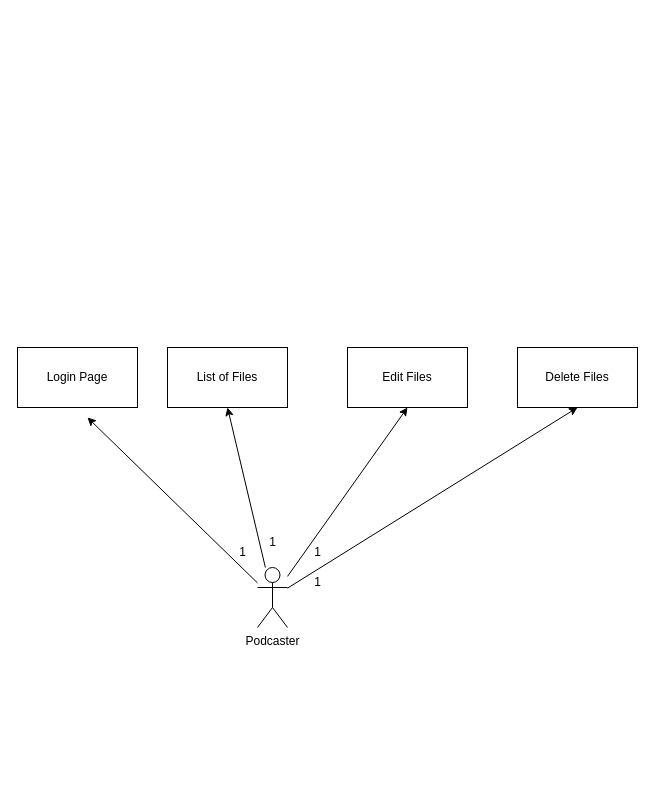
Before: D3-SystemContextClassModel/conceptual.drawio in Glizzus/COMP-3700, a draw.io diagram. Source tidied: cells renumbered, new cells numbered last; positions are measured from the earlier drawing's top-left corner, leaving out a move shared by most shapes. Both pictures are drawn from the tidied source at 100%, with x=0, y=0 at pixel (17, 347).
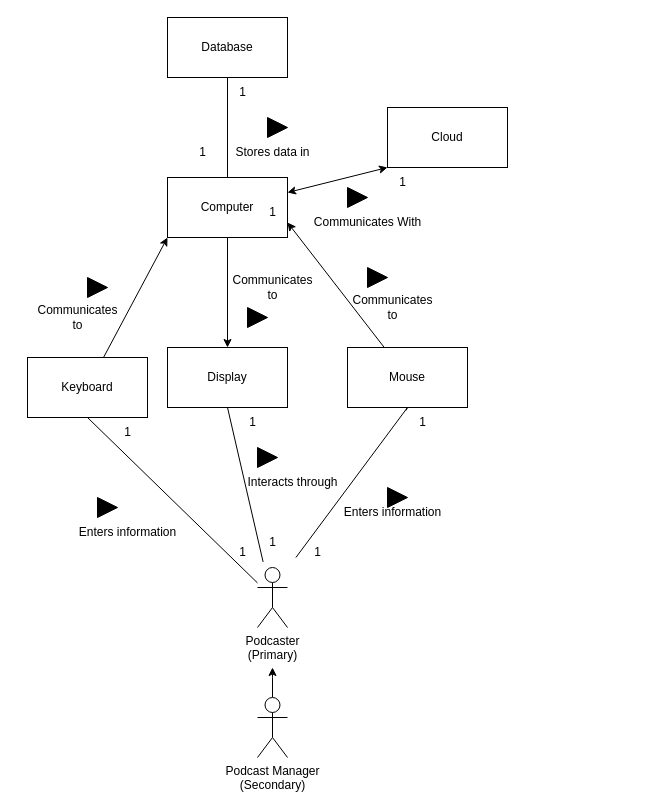
The same page after the edit.

Commit message:
made good progress on concept

The change refers to these unchanged cells:
```xml
<mxCell id="12" value="1" style="text;html=1;align=center;verticalAlign=middle;points=[];strokeColor=none;fillColor=none;" parent="1" vertex="1">
  <mxGeometry x="240" y="180" width="30" height="30" as="geometry" />
</mxCell>
```

The edit, as a diff of the source:
```diff
@@
-    <mxCell id="2" style="jettySize=auto;html=1;strokeColor=default;rounded=0;" parent="1" edge="1" source="6">
-      <mxGeometry relative="1" as="geometry">
-        <mxPoint x="70" y="70" as="targetPoint" />
-      </mxGeometry>
-    </mxCell>
-    <mxCell id="3" style="rounded=0;jettySize=auto;html=1;entryX=0.5;entryY=1;entryDx=0;entryDy=0;" parent="1" edge="1" source="6" target="8">
-      <mxGeometry relative="1" as="geometry" />
-    </mxCell>
-    <mxCell id="4" style="rounded=0;jettySize=auto;html=1;entryX=0.5;entryY=1;entryDx=0;entryDy=0;" parent="1" edge="1" source="6" target="10">
-      <mxGeometry relative="1" as="geometry" />
+    <mxCell id="4" style="rounded=0;orthogonalLoop=1;jettySize=auto;html=1;entryX=0.5;entryY=1;entryDx=0;entryDy=0;endArrow=none;endFill=0;" parent="1" edge="1">
+      <mxGeometry relative="1" as="geometry">
+        <mxPoint x="388.5" y="63" as="sourcePoint" />
+        <mxPoint x="390" y="60" as="targetPoint" />
+      </mxGeometry>
     </mxCell>
-    <mxCell id="5" style="rounded=0;jettySize=auto;html=1;entryX=0.5;entryY=1;entryDx=0;entryDy=0;" parent="1" edge="1" source="6" target="11">
-      <mxGeometry relative="1" as="geometry" />
-    </mxCell>
-    <mxCell id="6" value="Podcaster" style="shape=umlActor;verticalLabelPosition=bottom;verticalAlign=top;html=1;outlineConnect=0;" parent="1" vertex="1">
+    <mxCell id="6" value="Podcaster&lt;br&gt;(Primary)" style="shape=umlActor;verticalLabelPosition=bottom;verticalAlign=top;html=1;outlineConnect=0;" parent="1" vertex="1">
       <mxGeometry x="240" y="220" width="30" height="60" as="geometry" />
     </mxCell>
-    <mxCell id="7" value="Login Page" style="rounded=0;whiteSpace=wrap;html=1;" parent="1" vertex="1">
-      <mxGeometry width="120" height="60" as="geometry" />
-    </mxCell>
-    <mxCell id="8" value="List of Files" style="rounded=0;whiteSpace=wrap;html=1;" parent="1" vertex="1">
-      <mxGeometry x="150" width="120" height="60" as="geometry" />
-    </mxCell>
@@
-    <mxCell id="10" value="Edit Files" style="rounded=0;whiteSpace=wrap;html=1;" parent="1" vertex="1">
-      <mxGeometry x="330" width="120" height="60" as="geometry" />
-    </mxCell>
-    <mxCell id="11" value="Delete Files" style="rounded=0;whiteSpace=wrap;html=1;" parent="1" vertex="1">
-      <mxGeometry x="500" width="120" height="60" as="geometry" />
-    </mxCell>
@@
-    <mxCell id="14" value="1" style="text;html=1;align=center;verticalAlign=middle;strokeColor=none;fillColor=none;" parent="1" vertex="1">
-      <mxGeometry x="285" y="220" width="30" height="30" as="geometry" />
-    </mxCell>
+    <mxCell id="15" style="rounded=0;jettySize=auto;html=1;entryX=0;entryY=1;entryDx=0;entryDy=0;" parent="1" edge="1" source="16" target="29">
+      <mxGeometry relative="1" as="geometry" />
+    </mxCell>
+    <mxCell id="16" value="Keyboard" style="rounded=0;whiteSpace=wrap;html=1;" parent="1" vertex="1">
+      <mxGeometry x="10" y="10" width="120" height="60" as="geometry" />
+    </mxCell>
+    <mxCell id="17" style="rounded=0;jettySize=auto;html=1;entryX=1;entryY=0.75;entryDx=0;entryDy=0;" parent="1" edge="1" source="18" target="29">
+      <mxGeometry relative="1" as="geometry" />
+    </mxCell>
+    <mxCell id="18" value="Mouse" style="rounded=0;whiteSpace=wrap;html=1;" parent="1" vertex="1">
+      <mxGeometry x="330" width="120" height="60" as="geometry" />
+    </mxCell>
+    <mxCell id="19" style="edgeStyle=orthogonalEdgeStyle;rounded=0;orthogonalLoop=1;jettySize=auto;html=1;entryX=1;entryY=0;entryDx=0;entryDy=0;" parent="1" edge="1" source="20" target="20">
+      <mxGeometry relative="1" as="geometry">
+        <Array as="points">
+          <mxPoint x="250" />
+        </Array>
+      </mxGeometry>
+    </mxCell>
+    <mxCell id="20" value="Display" style="rounded=0;whiteSpace=wrap;html=1;" parent="1" vertex="1">
+      <mxGeometry x="150" width="120" height="60" as="geometry" />
+    </mxCell>
+    <mxCell id="21" value="Enters information" style="text;html=1;align=center;verticalAlign=middle;strokeColor=none;fillColor=none;" parent="1" vertex="1">
+      <mxGeometry x="50" y="170" width="120" height="30" as="geometry" />
+    </mxCell>
+    <mxCell id="22" value="Enters information" style="text;html=1;align=center;verticalAlign=middle;strokeColor=none;fillColor=none;" parent="1" vertex="1">
+      <mxGeometry x="315" y="150" width="120" height="30" as="geometry" />
+    </mxCell>
+    <mxCell id="23" style="rounded=0;jettySize=auto;html=1;entryX=0.5;entryY=1;entryDx=0;entryDy=0;endArrow=none;endFill=0;exitX=0.187;exitY=1.147;exitDx=0;exitDy=0;exitPerimeter=0;" parent="1" edge="1" source="12" target="20">
+      <mxGeometry relative="1" as="geometry" />
+    </mxCell>
+    <mxCell id="24" style="rounded=0;jettySize=auto;html=1;endArrow=none;endFill=0;exitX=0.5;exitY=1;exitDx=0;exitDy=0;" parent="1" edge="1" source="16" target="6">
+      <mxGeometry relative="1" as="geometry" />
+    </mxCell>
+    <mxCell id="25" style="rounded=0;jettySize=auto;html=1;entryX=0.5;entryY=1;entryDx=0;entryDy=0;endArrow=none;endFill=0;" parent="1" edge="1" target="18">
+      <mxGeometry relative="1" as="geometry">
+        <mxPoint x="278.4" y="210" as="sourcePoint" />
+      </mxGeometry>
+    </mxCell>
+    <mxCell id="26" style="edgeStyle=orthogonalEdgeStyle;rounded=0;jettySize=auto;html=1;entryX=0.5;entryY=1;entryDx=0;entryDy=0;endArrow=none;endFill=0;" parent="1" edge="1" source="29" target="30">
+      <mxGeometry relative="1" as="geometry" />
+    </mxCell>
+    <mxCell id="27" style="edgeStyle=orthogonalEdgeStyle;rounded=0;jettySize=auto;html=1;entryX=0.5;entryY=0;entryDx=0;entryDy=0;" parent="1" edge="1" source="29" target="20">
+      <mxGeometry relative="1" as="geometry" />
+    </mxCell>
+    <mxCell id="28" style="rounded=0;jettySize=auto;html=1;entryX=0;entryY=1;entryDx=0;entryDy=0;startArrow=classic;startFill=1;" parent="1" edge="1" source="29" target="31">
+      <mxGeometry relative="1" as="geometry" />
+    </mxCell>
+    <mxCell id="29" value="Computer" style="rounded=0;whiteSpace=wrap;html=1;" parent="1" vertex="1">
+      <mxGeometry x="150" y="-170" width="120" height="60" as="geometry" />
+    </mxCell>
+    <mxCell id="30" value="Database" style="rounded=0;whiteSpace=wrap;html=1;" parent="1" vertex="1">
+      <mxGeometry x="150" y="-330" width="120" height="60" as="geometry" />
+    </mxCell>
+    <mxCell id="31" value="Cloud" style="rounded=0;whiteSpace=wrap;html=1;" parent="1" vertex="1">
+      <mxGeometry x="370" y="-240" width="120" height="60" as="geometry" />
+    </mxCell>
+    <mxCell id="32" style="edgeStyle=orthogonalEdgeStyle;rounded=0;jettySize=auto;html=1;" parent="1" edge="1" source="33">
+      <mxGeometry relative="1" as="geometry">
+        <mxPoint x="255" y="320" as="targetPoint" />
+      </mxGeometry>
+    </mxCell>
+    <mxCell id="33" value="Podcast Manager&lt;br&gt;(Secondary)" style="shape=umlActor;verticalLabelPosition=bottom;verticalAlign=top;html=1;outlineConnect=0;" parent="1" vertex="1">
+      <mxGeometry x="240" y="350" width="30" height="60" as="geometry" />
+    </mxCell>
+    <mxCell id="34" style="triangle;whiteSpace=wrap;html=1;fillColor=#000000;" parent="1" vertex="1">
+      <mxGeometry x="80" y="150" width="20" height="20" as="geometry" />
+    </mxCell>
+    <mxCell id="35" style="triangle;whiteSpace=wrap;html=1;fillColor=#000000;" parent="1" vertex="1">
+      <mxGeometry x="370" y="140" width="20" height="20" as="geometry" />
+    </mxCell>
+    <mxCell id="36" style="triangle;whiteSpace=wrap;html=1;fillColor=#000000;" parent="1" vertex="1">
+      <mxGeometry x="240" y="100" width="20" height="20" as="geometry" />
+    </mxCell>
+    <mxCell id="37" value="Interacts through" style="text;html=1;align=center;verticalAlign=middle;strokeColor=none;fillColor=none;" parent="1" vertex="1">
+      <mxGeometry x="220" y="120" width="110" height="30" as="geometry" />
+    </mxCell>
+    <mxCell id="38" value="Communicates&lt;br&gt;to" style="text;html=1;align=center;verticalAlign=middle;strokeColor=none;fillColor=none;" parent="1" vertex="1">
+      <mxGeometry x="10" y="-50" width="100" height="40" as="geometry" />
+    </mxCell>
+    <mxCell id="39" value="Stores data in" style="text;html=1;align=center;verticalAlign=middle;strokeColor=none;fillColor=none;" parent="1" vertex="1">
+      <mxGeometry x="205" y="-210" width="100" height="30" as="geometry" />
+    </mxCell>
+    <mxCell id="40" value="1" style="text;html=1;align=center;verticalAlign=middle;strokeColor=none;fillColor=none;" parent="1" vertex="1">
+      <mxGeometry x="95" y="70" width="30" height="30" as="geometry" />
+    </mxCell>
+    <mxCell id="41" value="1" style="text;html=1;align=center;verticalAlign=middle;strokeColor=none;fillColor=none;" parent="1" vertex="1">
+      <mxGeometry x="390" y="60" width="30" height="30" as="geometry" />
+    </mxCell>
+    <mxCell id="42" value="1" style="text;html=1;align=center;verticalAlign=middle;strokeColor=none;fillColor=none;" parent="1" vertex="1">
+      <mxGeometry x="220" y="60" width="30" height="30" as="geometry" />
+    </mxCell>
+    <mxCell id="43" value="1" style="text;html=1;align=center;verticalAlign=middle;strokeColor=none;fillColor=none;" parent="1" vertex="1">
+      <mxGeometry x="210" y="-270" width="30" height="30" as="geometry" />
+    </mxCell>
+    <mxCell id="44" value="Communicates With" style="text;html=1;align=center;verticalAlign=middle;strokeColor=none;fillColor=none;" parent="1" vertex="1">
+      <mxGeometry x="285" y="-140" width="130" height="30" as="geometry" />
+    </mxCell>
+    <mxCell id="45" value="1" style="text;html=1;align=center;verticalAlign=middle;strokeColor=none;fillColor=none;" parent="1" vertex="1">
+      <mxGeometry x="370" y="-180" width="30" height="30" as="geometry" />
+    </mxCell>
+    <mxCell id="46" value="1" style="text;html=1;align=center;verticalAlign=middle;strokeColor=none;fillColor=none;" parent="1" vertex="1">
+      <mxGeometry x="240" y="-150" width="30" height="30" as="geometry" />
+    </mxCell>
+    <mxCell id="47" value="Communicates&lt;br&gt;to" style="text;html=1;align=center;verticalAlign=middle;strokeColor=none;fillColor=none;" parent="1" vertex="1">
+      <mxGeometry x="325" y="-60" width="100" height="40" as="geometry" />
+    </mxCell>
+    <mxCell id="48" value="Communicates&lt;br&gt;to" style="text;html=1;align=center;verticalAlign=middle;strokeColor=none;fillColor=none;" parent="1" vertex="1">
+      <mxGeometry x="205" y="-80" width="100" height="40" as="geometry" />
+    </mxCell>
+    <mxCell id="49" style="triangle;whiteSpace=wrap;html=1;fillColor=#000000;" parent="1" vertex="1">
+      <mxGeometry x="350" y="-80" width="20" height="20" as="geometry" />
+    </mxCell>
+    <mxCell id="50" style="triangle;whiteSpace=wrap;html=1;fillColor=#000000;" parent="1" vertex="1">
+      <mxGeometry x="230" y="-40" width="20" height="20" as="geometry" />
+    </mxCell>
+    <mxCell id="51" style="triangle;whiteSpace=wrap;html=1;fillColor=#000000;" parent="1" vertex="1">
+      <mxGeometry x="70" y="-70" width="20" height="20" as="geometry" />
+    </mxCell>
+    <mxCell id="52" style="triangle;whiteSpace=wrap;html=1;fillColor=#000000;" parent="1" vertex="1">
+      <mxGeometry x="330" y="-160" width="20" height="20" as="geometry" />
+    </mxCell>
+    <mxCell id="53" style="triangle;whiteSpace=wrap;html=1;fillColor=#000000;" parent="1" vertex="1">
+      <mxGeometry x="250" y="-230" width="20" height="20" as="geometry" />
+    </mxCell>
+    <mxCell id="54" value="1" style="text;html=1;align=center;verticalAlign=middle;strokeColor=none;fillColor=none;" parent="1" vertex="1">
+      <mxGeometry x="170" y="-210" width="30" height="30" as="geometry" />
+    </mxCell>
```
